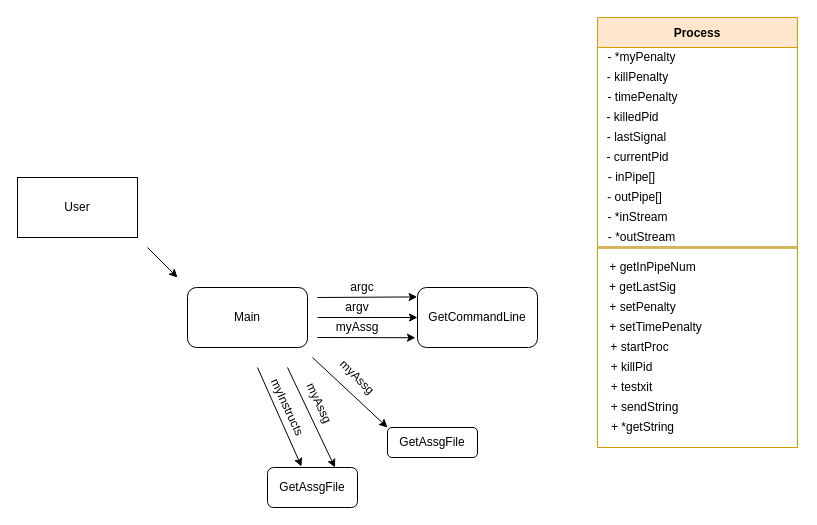
Before: Empty Folder/Untitled Diagram.drawio in i-skousen/Week09, a draw.io diagram. Source tidied: cells renumbered, new cells numbered last; positions are measured from the earlier drawing's top-left corner, leaving out a move shared by most shapes. Both pictures are drawn from the tidied source at 100%, with x=0, y=0 at pixel (17, 17).
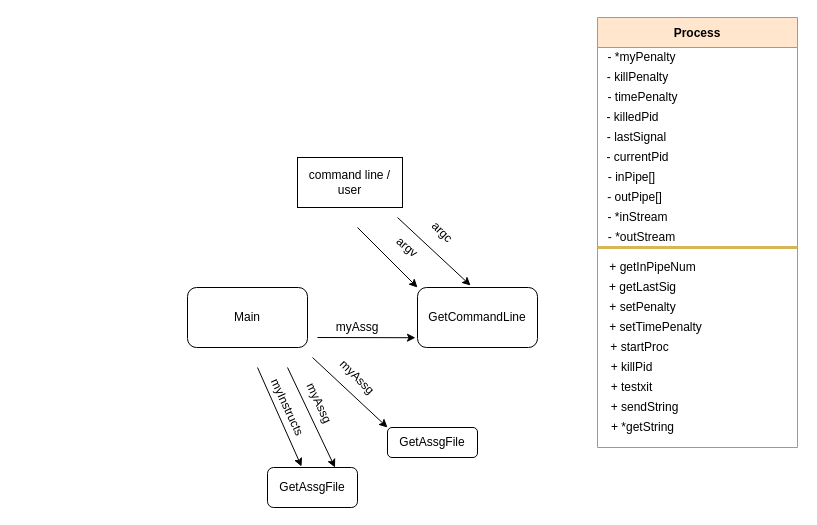
The same page after the edit.

The change refers to these unchanged cells:
```xml
<mxCell id="33" value="GetCommandLine" style="rounded=1;whiteSpace=wrap;html=1;" parent="1" vertex="1">
  <mxGeometry x="400" y="270" width="120" height="60" as="geometry" />
</mxCell>
```

Change to the diagram source:
```diff
@@
-    <mxCell id="2" value="User" style="rounded=0;whiteSpace=wrap;html=1;" parent="1" vertex="1">
-      <mxGeometry y="160" width="120" height="60" as="geometry" />
+    <mxCell id="2" value="command line / user" style="rounded=0;whiteSpace=wrap;html=1;" parent="1" vertex="1">
+      <mxGeometry x="280" y="140" width="105" height="50" as="geometry" />
     </mxCell>
@@
-    <mxCell id="4" style="endArrow=classic;html=1;" parent="1" edge="1">
-      <mxGeometry relative="1" as="geometry">
-        <mxPoint x="130" y="230" as="sourcePoint" />
-        <mxPoint x="160" y="260" as="targetPoint" />
-      </mxGeometry>
-    </mxCell>
@@
-    <mxCell id="29" style="endArrow=classic;html=1;entryX=-0.003;entryY=0.157;entryDx=0;entryDy=0;entryPerimeter=0;" parent="1" edge="1" target="33">
+    <mxCell id="29" style="endArrow=classic;html=1;entryX=0.442;entryY=-0.033;entryDx=0;entryDy=0;entryPerimeter=0;" parent="1" edge="1" target="33">
       <mxGeometry relative="1" as="geometry">
-        <mxPoint x="300" y="280" as="sourcePoint" />
+        <mxPoint x="380" y="200" as="sourcePoint" />
       </mxGeometry>
     </mxCell>
-    <mxCell id="30" style="endArrow=classic;html=1;entryX=0;entryY=0.5;entryDx=0;entryDy=0;" parent="1" edge="1" target="33">
+    <mxCell id="30" style="endArrow=classic;html=1;entryX=0;entryY=0;entryDx=0;entryDy=0;" parent="1" edge="1" target="33">
       <mxGeometry relative="1" as="geometry">
-        <mxPoint x="300" y="300" as="sourcePoint" />
+        <mxPoint x="340" y="210" as="sourcePoint" />
       </mxGeometry>
     </mxCell>
@@
-    <mxCell id="35" value="argc" style="text;html=1;strokeColor=none;fillColor=none;align=center;verticalAlign=middle;whiteSpace=wrap;rounded=0;" parent="1" vertex="1">
-      <mxGeometry x="320" y="260" width="50" height="20" as="geometry" />
+    <mxCell id="35" value="argc" style="text;html=1;strokeColor=none;fillColor=none;align=center;verticalAlign=middle;whiteSpace=wrap;rounded=0;rotation=45;" parent="1" vertex="1">
+      <mxGeometry x="400" y="205" width="50" height="20" as="geometry" />
     </mxCell>
-    <mxCell id="36" value="argv" style="text;html=1;strokeColor=none;fillColor=none;align=center;verticalAlign=middle;whiteSpace=wrap;rounded=0;" parent="1" vertex="1">
-      <mxGeometry x="320" y="280" width="40" height="20" as="geometry" />
+    <mxCell id="36" value="argv" style="text;html=1;strokeColor=none;fillColor=none;align=center;verticalAlign=middle;whiteSpace=wrap;rounded=0;rotation=40;" parent="1" vertex="1">
+      <mxGeometry x="370" y="220" width="40" height="20" as="geometry" />
     </mxCell>
```
